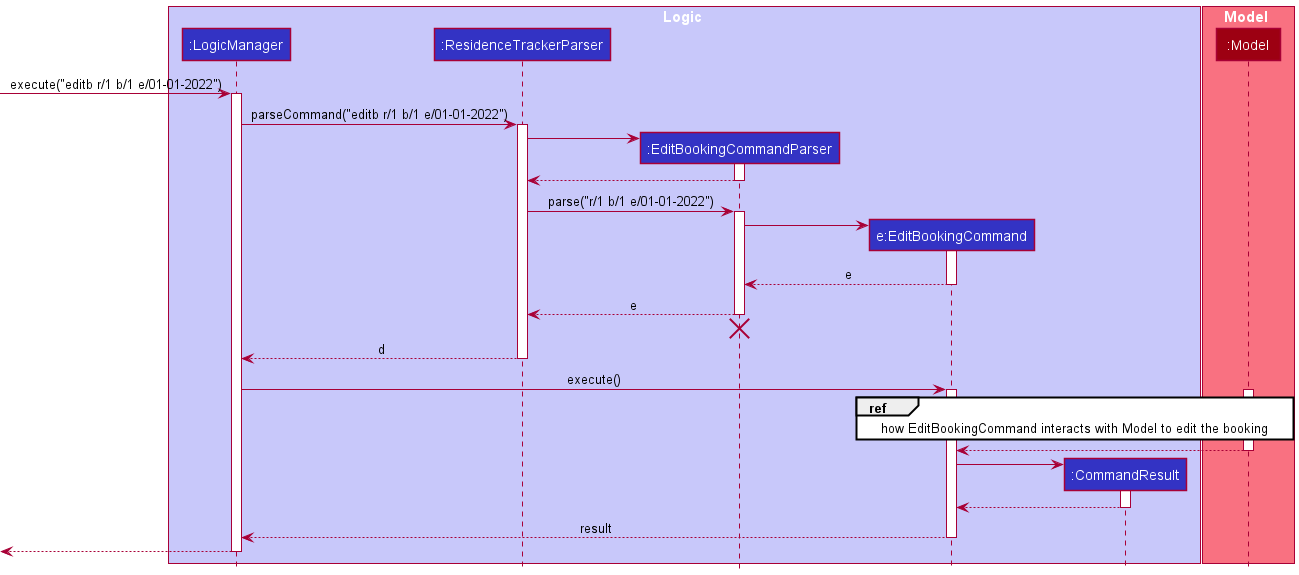
Above: docs/images/EditBookingSequenceDiagram.png in nus-cs2103-AY2021S2/tp (PlantUML), before the change.
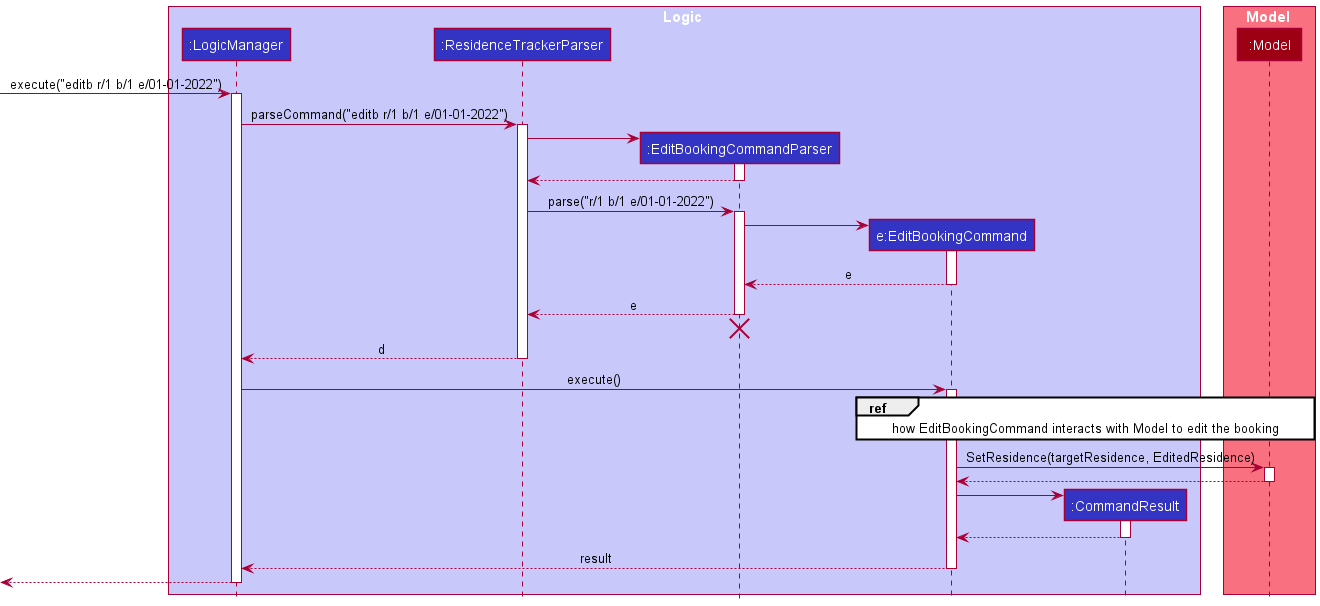
The same file after the commit.

What changed in the source:
```diff
@@ -49,6 +49,7 @@
 activate EditBookingCommand
 
 ref over EditBookingCommand, Model: how EditBookingCommand interacts with Model to edit the booking
+EditBookingCommand -> Model: SetResidence(targetResidence, EditedResidence)
 activate Model
 
 Model --> EditBookingCommand
```
